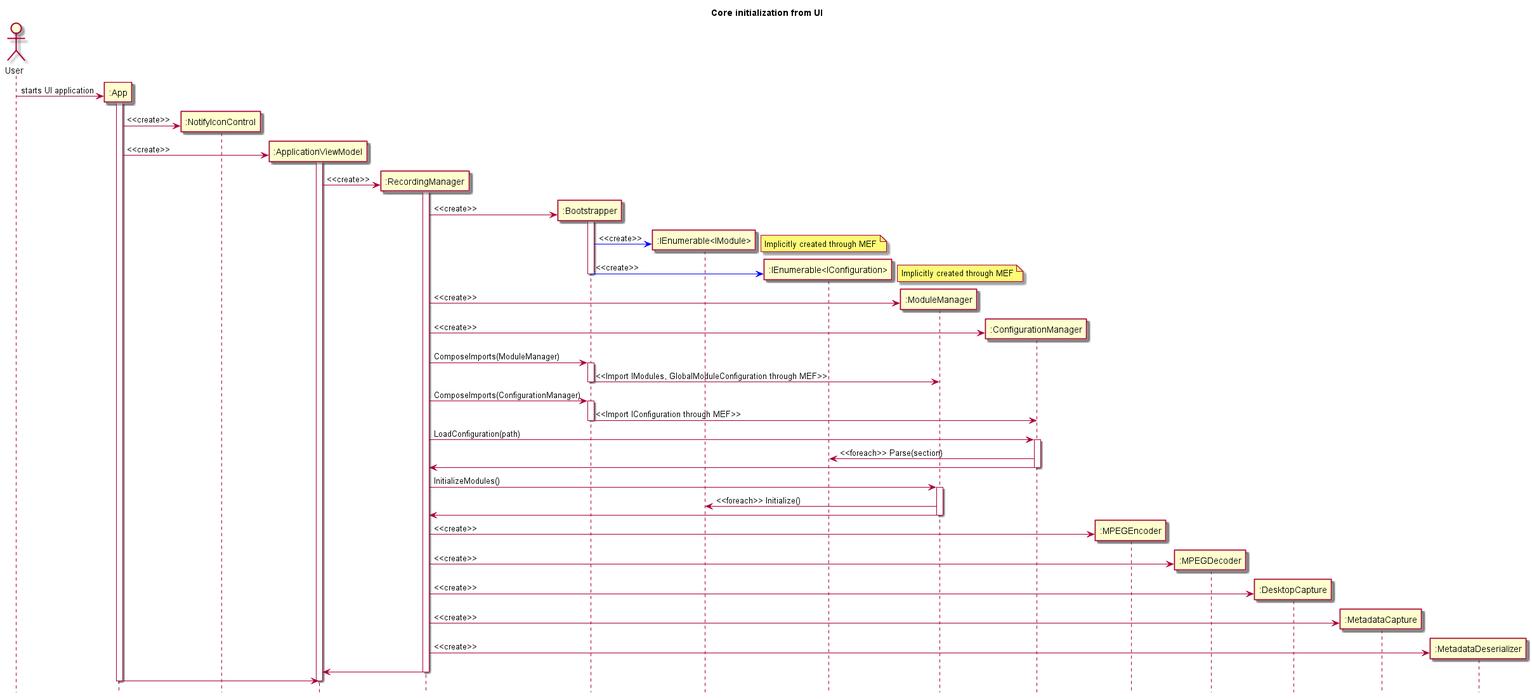
Earlier version of the PlantUML export documents/sd/resources/DynamicDiagrams/InitCore.png (insightmind/MORR). The source it was exported from:
```plantuml
@startuml
hide footbox
title Core initialization from UI
actor User
create ":App" as UIApp
User -> UIApp : starts UI application
activate UIApp
create ":NotifyIconControl" as TrayIcon
UIApp -> TrayIcon : <<create>>
create ":ApplicationViewModel" as ApplicationViewModel
UIApp -> ApplicationViewModel : <<create>>
activate ApplicationViewModel
create ":RecordingManager" as RecordingManager
ApplicationViewModel -> RecordingManager : <<create>>
activate RecordingManager
create ":Bootstrapper" as Bootstrapper
RecordingManager -> Bootstrapper : <<create>>
activate Bootstrapper
create ":IEnumerable<IModule>" as IModulesImport
Bootstrapper [#blue]-> IModulesImport : <<create>>
note right
Implicitly created through MEF
end note
create ":IEnumerable<IConfiguration>" as IConfigurationsImport
Bootstrapper [#blue]-> IConfigurationsImport : <<create>>
note right
Implicitly created through MEF
end note
deactivate Bootstrapper
create ":ModuleManager" as ModuleManager
RecordingManager -> ModuleManager : <<create>>
create ":ConfigurationManager" as ConfigurationManager
RecordingManager -> ConfigurationManager : <<create>>

RecordingManager -> Bootstrapper : ComposeImports(ModuleManager)
activate Bootstrapper
Bootstrapper -> ModuleManager : <<Import IModules, GlobalModuleConfiguration through MEF>>
deactivate Bootstrapper
RecordingManager -> Bootstrapper : ComposeImports(ConfigurationManager)
activate Bootstrapper
Bootstrapper -> ConfigurationManager : <<Import IConfiguration through MEF>>
deactivate Bootstrapper

RecordingManager -> ConfigurationManager : LoadConfiguration(path)
activate ConfigurationManager
ConfigurationManager -> IConfigurationsImport : <<foreach>> Parse(section)
RecordingManager <- ConfigurationManager
deactivate ConfigurationManager

RecordingManager -> ModuleManager : InitializeModules()
activate ModuleManager
ModuleManager -> IModulesImport : <<foreach>> Initialize()
RecordingManager <- ModuleManager
deactivate ModuleManager

create ":MPEGEncoder" as MPEGEncoder
RecordingManager -> MPEGEncoder : <<create>>
create ":MPEGDecoder" as MPEGDecoder
RecordingManager -> MPEGDecoder : <<create>>
create ":DesktopCapture" as DesktopCapture
RecordingManager -> DesktopCapture : <<create>>
create ":MetadataCapture" as MetadataCapture
RecordingManager -> MetadataCapture : <<create>>
create ":MetadataDeserializer" as MetadataDeserializer
RecordingManager -> MetadataDeserializer : <<create>>
ApplicationViewModel <- RecordingManager
deactivate RecordingManager
ApplicationViewModel <- UIApp
deactivate ApplicationViewModel
deactivate UIApp
@enduml
```
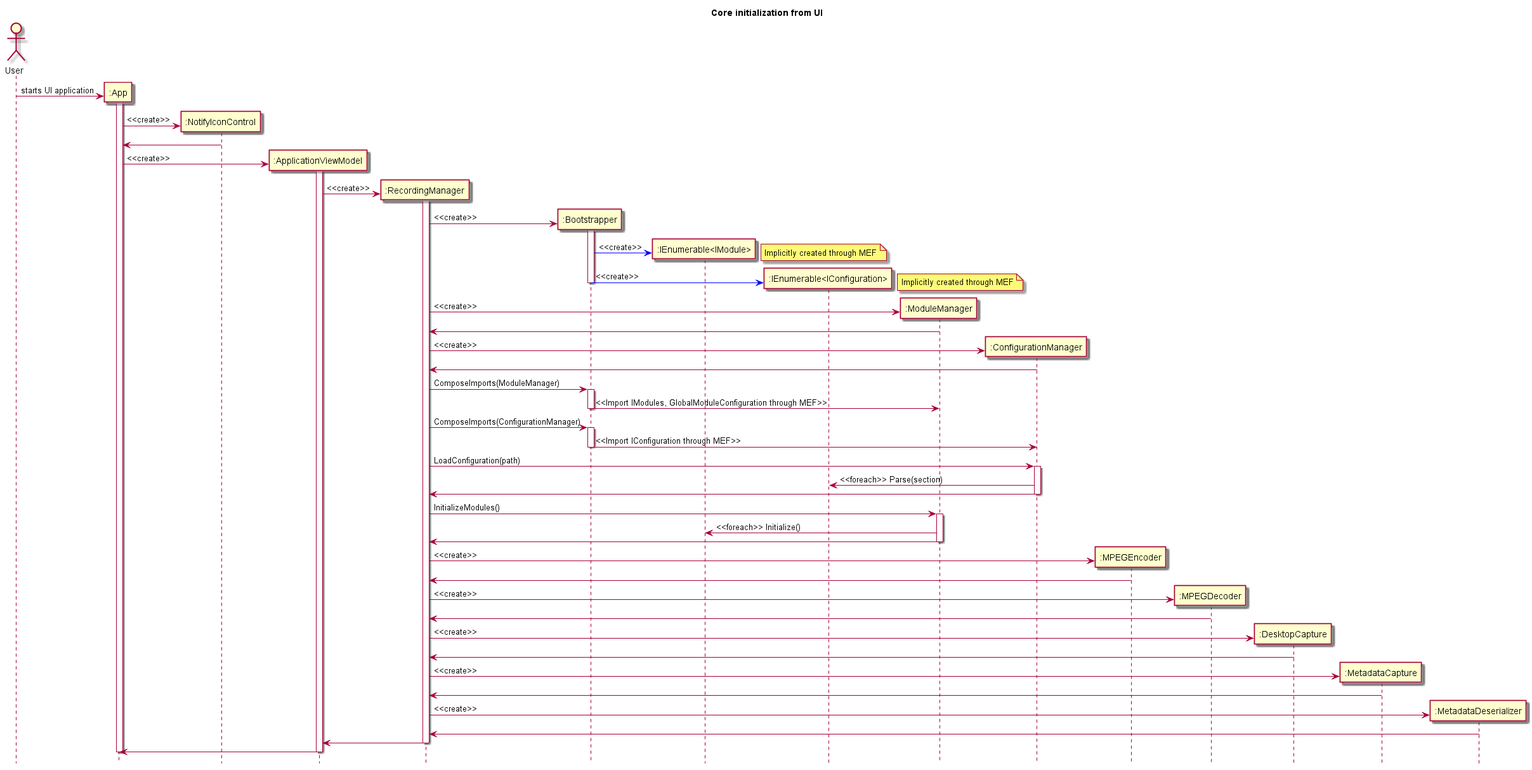
The same file after the commit.

Commit message:
Fix initialization diagram

Change to the diagram source:
```diff
@@ -7,6 +7,7 @@
 activate UIApp
 create ":NotifyIconControl" as TrayIcon
 UIApp -> TrayIcon : <<create>>
+UIApp <- TrayIcon
 create ":ApplicationViewModel" as ApplicationViewModel
 UIApp -> ApplicationViewModel : <<create>>
 activate ApplicationViewModel
@@ -29,8 +30,10 @@
 deactivate Bootstrapper
 create ":ModuleManager" as ModuleManager
 RecordingManager -> ModuleManager : <<create>>
+RecordingManager <- ModuleManager
 create ":ConfigurationManager" as ConfigurationManager
 RecordingManager -> ConfigurationManager : <<create>>
+RecordingManager <- ConfigurationManager
 
 RecordingManager -> Bootstrapper : ComposeImports(ModuleManager)
 activate Bootstrapper
@@ -55,17 +58,22 @@
 
 create ":MPEGEncoder" as MPEGEncoder
 RecordingManager -> MPEGEncoder : <<create>>
+RecordingManager <- MPEGEncoder
 create ":MPEGDecoder" as MPEGDecoder
 RecordingManager -> MPEGDecoder : <<create>>
+RecordingManager <- MPEGDecoder
 create ":DesktopCapture" as DesktopCapture
 RecordingManager -> DesktopCapture : <<create>>
+RecordingManager <- DesktopCapture
 create ":MetadataCapture" as MetadataCapture
 RecordingManager -> MetadataCapture : <<create>>
+RecordingManager <- MetadataCapture
 create ":MetadataDeserializer" as MetadataDeserializer
 RecordingManager -> MetadataDeserializer : <<create>>
+RecordingManager <- MetadataDeserializer
 ApplicationViewModel <- RecordingManager
 deactivate RecordingManager
-ApplicationViewModel <- UIApp
+UIApp <- ApplicationViewModel
 deactivate ApplicationViewModel
 deactivate UIApp
 @enduml
```
